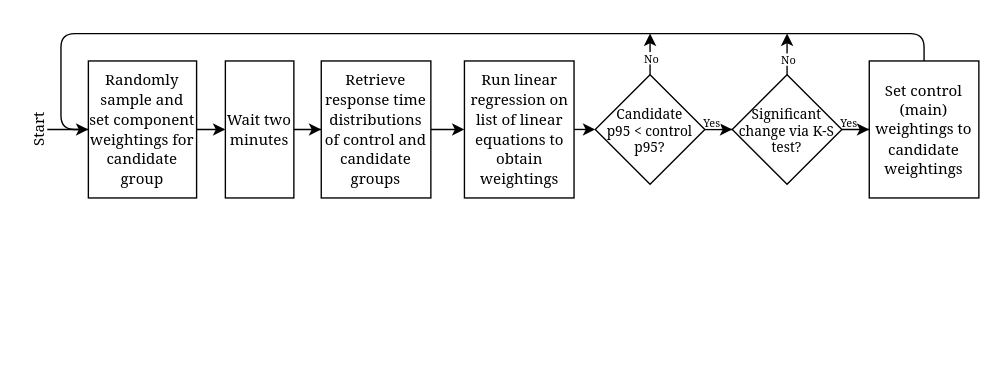
kcz17/diagrams keeps this draw.io diagram as online_training_loop.drawio. Above is the earlier version. Source tidied: cells renumbered, new cells numbered last; positions are measured from the earlier drawing's top-left corner, leaving out a move shared by most shapes. Both pictures are drawn from the tidied source at 137%, with x=0, y=0 at pixel (10, 33).
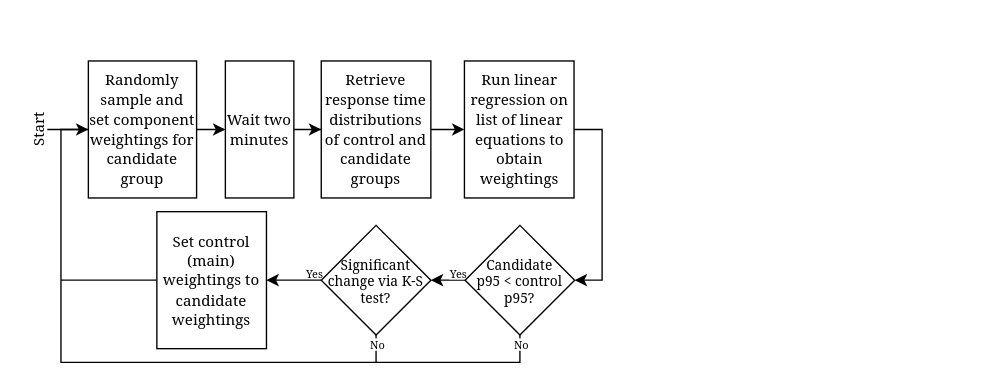
After the change.

Unchanged cells that the change refers to:
```xml
<mxCell id="5" value="&lt;font face=&quot;Georgia&quot; style=&quot;font-size: 11px&quot;&gt;Randomly sample and set component weightings for candidate group&lt;/font&gt;" style="rounded=0;whiteSpace=wrap;html=1;" parent="1" vertex="1">
  <mxGeometry x="57" y="20" width="79" height="100" as="geometry" />
</mxCell>
<mxCell id="11" value="&lt;font face=&quot;Georgia&quot;&gt;&lt;span style=&quot;font-size: 11px&quot;&gt;Run linear regression on list of linear equations to obtain weightings&lt;/span&gt;&lt;/font&gt;" style="rounded=0;whiteSpace=wrap;html=1;" parent="1" vertex="1">
  <mxGeometry x="331.5" y="20" width="80" height="100" as="geometry" />
</mxCell>
```

What changed in the source:
```diff
@@
     <mxCell id="2" value="Yes" style="edgeLabel;html=1;align=center;verticalAlign=middle;fontSize=8;fontFamily=Georgia;" parent="1" vertex="1">
-      <mxGeometry x="611" y="64" as="geometry" />
+      <mxGeometry x="221" y="174" as="geometry" />
     </mxCell>
@@
-    <mxCell id="10" style="edgeStyle=orthogonalEdgeStyle;rounded=0;jettySize=auto;html=1;exitX=1;exitY=0.5;exitDx=0;exitDy=0;" parent="1" edge="1" source="11">
-      <mxGeometry relative="1" as="geometry">
-        <mxPoint x="427" y="70.1" as="targetPoint" />
-      </mxGeometry>
-    </mxCell>
+    <mxCell id="24" style="edgeStyle=orthogonalEdgeStyle;rounded=0;jettySize=auto;html=1;entryX=1;entryY=0.5;entryDx=0;entryDy=0;fontFamily=Georgia;fontSize=11;startArrow=none;startFill=0;endArrow=classic;endFill=1;exitX=1;exitY=0.5;exitDx=0;exitDy=0;" parent="1" edge="1" source="11" target="17">
+      <mxGeometry relative="1" as="geometry" />
+    </mxCell>
@@
-    <mxCell id="12" style="endArrow=none;html=1;edgeStyle=orthogonalEdgeStyle;entryX=0;entryY=0.5;entryDx=0;entryDy=0;exitX=0.5;exitY=0;exitDx=0;exitDy=0;endFill=0;" parent="1" edge="1" source="22" target="5">
-      <mxGeometry relative="1" as="geometry">
-        <Array as="points">
-          <mxPoint x="667" />
-          <mxPoint x="37" />
-          <mxPoint x="37" y="70" />
-        </Array>
-      </mxGeometry>
-    </mxCell>
-    <mxCell id="13" style="edgeStyle=orthogonalEdgeStyle;rounded=0;jettySize=auto;html=1;fontFamily=Georgia;fontSize=11;" parent="1" edge="1" source="17">
-      <mxGeometry relative="1" as="geometry">
-        <mxPoint x="467" as="targetPoint" />
-      </mxGeometry>
-    </mxCell>
-    <mxCell id="14" value="No" style="edgeLabel;html=1;align=center;verticalAlign=middle;fontSize=8;fontFamily=Georgia;" parent="13" vertex="1">
-      <mxGeometry x="0.5" y="-1" relative="1" as="geometry">
-        <mxPoint x="-1" y="10" as="offset" />
-      </mxGeometry>
-    </mxCell>
-    <mxCell id="15" style="edgeStyle=orthogonalEdgeStyle;rounded=0;jettySize=auto;html=1;entryX=0;entryY=0.5;entryDx=0;entryDy=0;fontFamily=Georgia;fontSize=8;" parent="1" edge="1" source="17" target="21">
+    <mxCell id="15" style="edgeStyle=orthogonalEdgeStyle;rounded=0;jettySize=auto;html=1;entryX=1;entryY=0.5;entryDx=0;entryDy=0;fontFamily=Georgia;fontSize=8;" parent="1" edge="1" source="17" target="21">
       <mxGeometry relative="1" as="geometry" />
     </mxCell>
@@
+    <mxCell id="25" style="edgeStyle=orthogonalEdgeStyle;rounded=0;jettySize=auto;html=1;entryX=0;entryY=0.5;entryDx=0;entryDy=0;fontFamily=Georgia;fontSize=11;startArrow=none;startFill=0;endArrow=none;endFill=0;" parent="1" edge="1" source="17" target="5">
+      <mxGeometry relative="1" as="geometry">
+        <Array as="points">
+          <mxPoint x="372" y="240" />
+          <mxPoint x="37" y="240" />
+          <mxPoint x="37" y="70" />
+        </Array>
+      </mxGeometry>
+    </mxCell>
+    <mxCell id="26" value="No" style="edgeLabel;html=1;align=center;verticalAlign=middle;fontSize=8;fontFamily=Georgia;" parent="25" vertex="1">
+      <mxGeometry x="-0.98" y="1" relative="1" as="geometry">
+        <mxPoint x="-1" y="1" as="offset" />
+      </mxGeometry>
+    </mxCell>
     <mxCell id="17" value="Candidate &lt;br style=&quot;font-size: 10px;&quot;&gt;p95 &amp;lt; control p95?" style="rhombus;whiteSpace=wrap;html=1;fontFamily=Georgia;fontSize=10;" parent="1" vertex="1">
-      <mxGeometry x="427" y="30" width="80" height="80" as="geometry" />
+      <mxGeometry x="332" y="140" width="80" height="80" as="geometry" />
     </mxCell>
-    <mxCell id="18" style="edgeStyle=orthogonalEdgeStyle;rounded=0;jettySize=auto;html=1;fontFamily=Georgia;fontSize=10;" parent="1" edge="1" source="21">
-      <mxGeometry relative="1" as="geometry">
-        <mxPoint x="567" as="targetPoint" />
-      </mxGeometry>
-    </mxCell>
-    <mxCell id="19" value="No" style="edgeLabel;html=1;align=center;verticalAlign=middle;fontSize=8;fontFamily=Georgia;" parent="18" vertex="1">
-      <mxGeometry x="0.53" y="-1" relative="1" as="geometry">
-        <mxPoint x="-1" y="11" as="offset" />
-      </mxGeometry>
-    </mxCell>
-    <mxCell id="20" style="edgeStyle=orthogonalEdgeStyle;rounded=0;jettySize=auto;html=1;entryX=0;entryY=0.5;entryDx=0;entryDy=0;fontFamily=Georgia;fontSize=8;" parent="1" edge="1" source="21" target="22">
+    <mxCell id="20" style="edgeStyle=orthogonalEdgeStyle;rounded=0;jettySize=auto;html=1;entryX=1;entryY=0.5;entryDx=0;entryDy=0;fontFamily=Georgia;fontSize=8;" parent="1" edge="1" source="21" target="22">
       <mxGeometry relative="1" as="geometry" />
     </mxCell>
+    <mxCell id="27" style="edgeStyle=orthogonalEdgeStyle;rounded=0;jettySize=auto;html=1;fontFamily=Georgia;fontSize=11;startArrow=none;startFill=0;endArrow=none;endFill=0;" parent="1" edge="1" source="21">
+      <mxGeometry relative="1" as="geometry">
+        <mxPoint x="267" y="240" as="targetPoint" />
+      </mxGeometry>
+    </mxCell>
     <mxCell id="21" value="Significant change via K-S test?" style="rhombus;whiteSpace=wrap;html=1;fontFamily=Georgia;fontSize=10;" parent="1" vertex="1">
-      <mxGeometry x="527" y="30" width="80" height="80" as="geometry" />
+      <mxGeometry x="227" y="140" width="80" height="80" as="geometry" />
     </mxCell>
+    <mxCell id="28" style="edgeStyle=orthogonalEdgeStyle;rounded=0;jettySize=auto;html=1;fontFamily=Georgia;fontSize=11;startArrow=none;startFill=0;endArrow=none;endFill=0;" parent="1" edge="1" source="22">
+      <mxGeometry relative="1" as="geometry">
+        <mxPoint x="37" y="180" as="targetPoint" />
+      </mxGeometry>
+    </mxCell>
     <mxCell id="22" value="&lt;font face=&quot;Georgia&quot;&gt;&lt;span style=&quot;font-size: 11px&quot;&gt;Set control (main) weightings to candidate weightings&lt;/span&gt;&lt;/font&gt;" style="rounded=0;whiteSpace=wrap;html=1;" parent="1" vertex="1">
-      <mxGeometry x="627" y="20" width="80" height="100" as="geometry" />
+      <mxGeometry x="107" y="130" width="80" height="100" as="geometry" />
     </mxCell>
@@
+    <mxCell id="29" value="No" style="edgeLabel;html=1;align=center;verticalAlign=middle;fontSize=8;fontFamily=Georgia;" parent="1" vertex="1">
+      <mxGeometry x="267" y="226" as="geometry" />
+    </mxCell>
```
